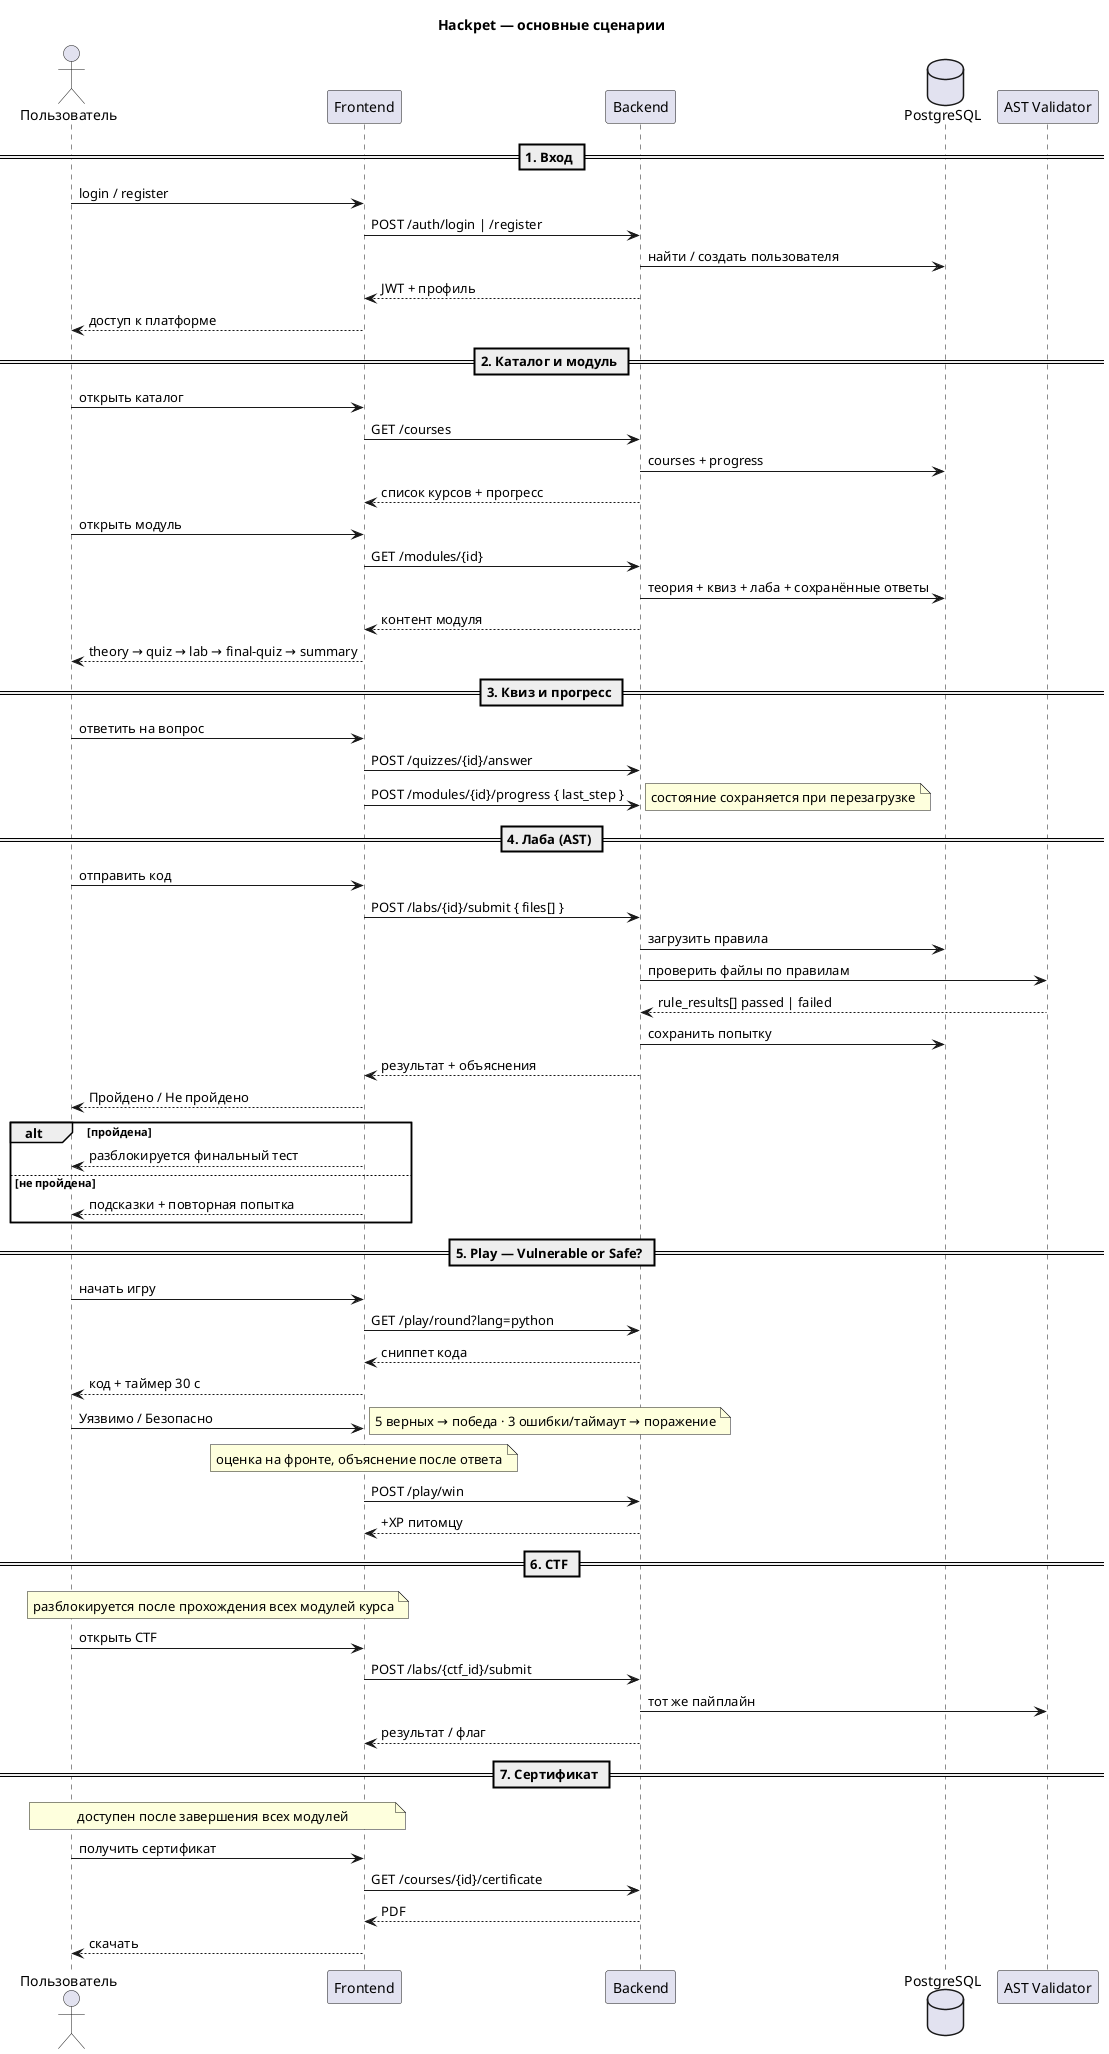
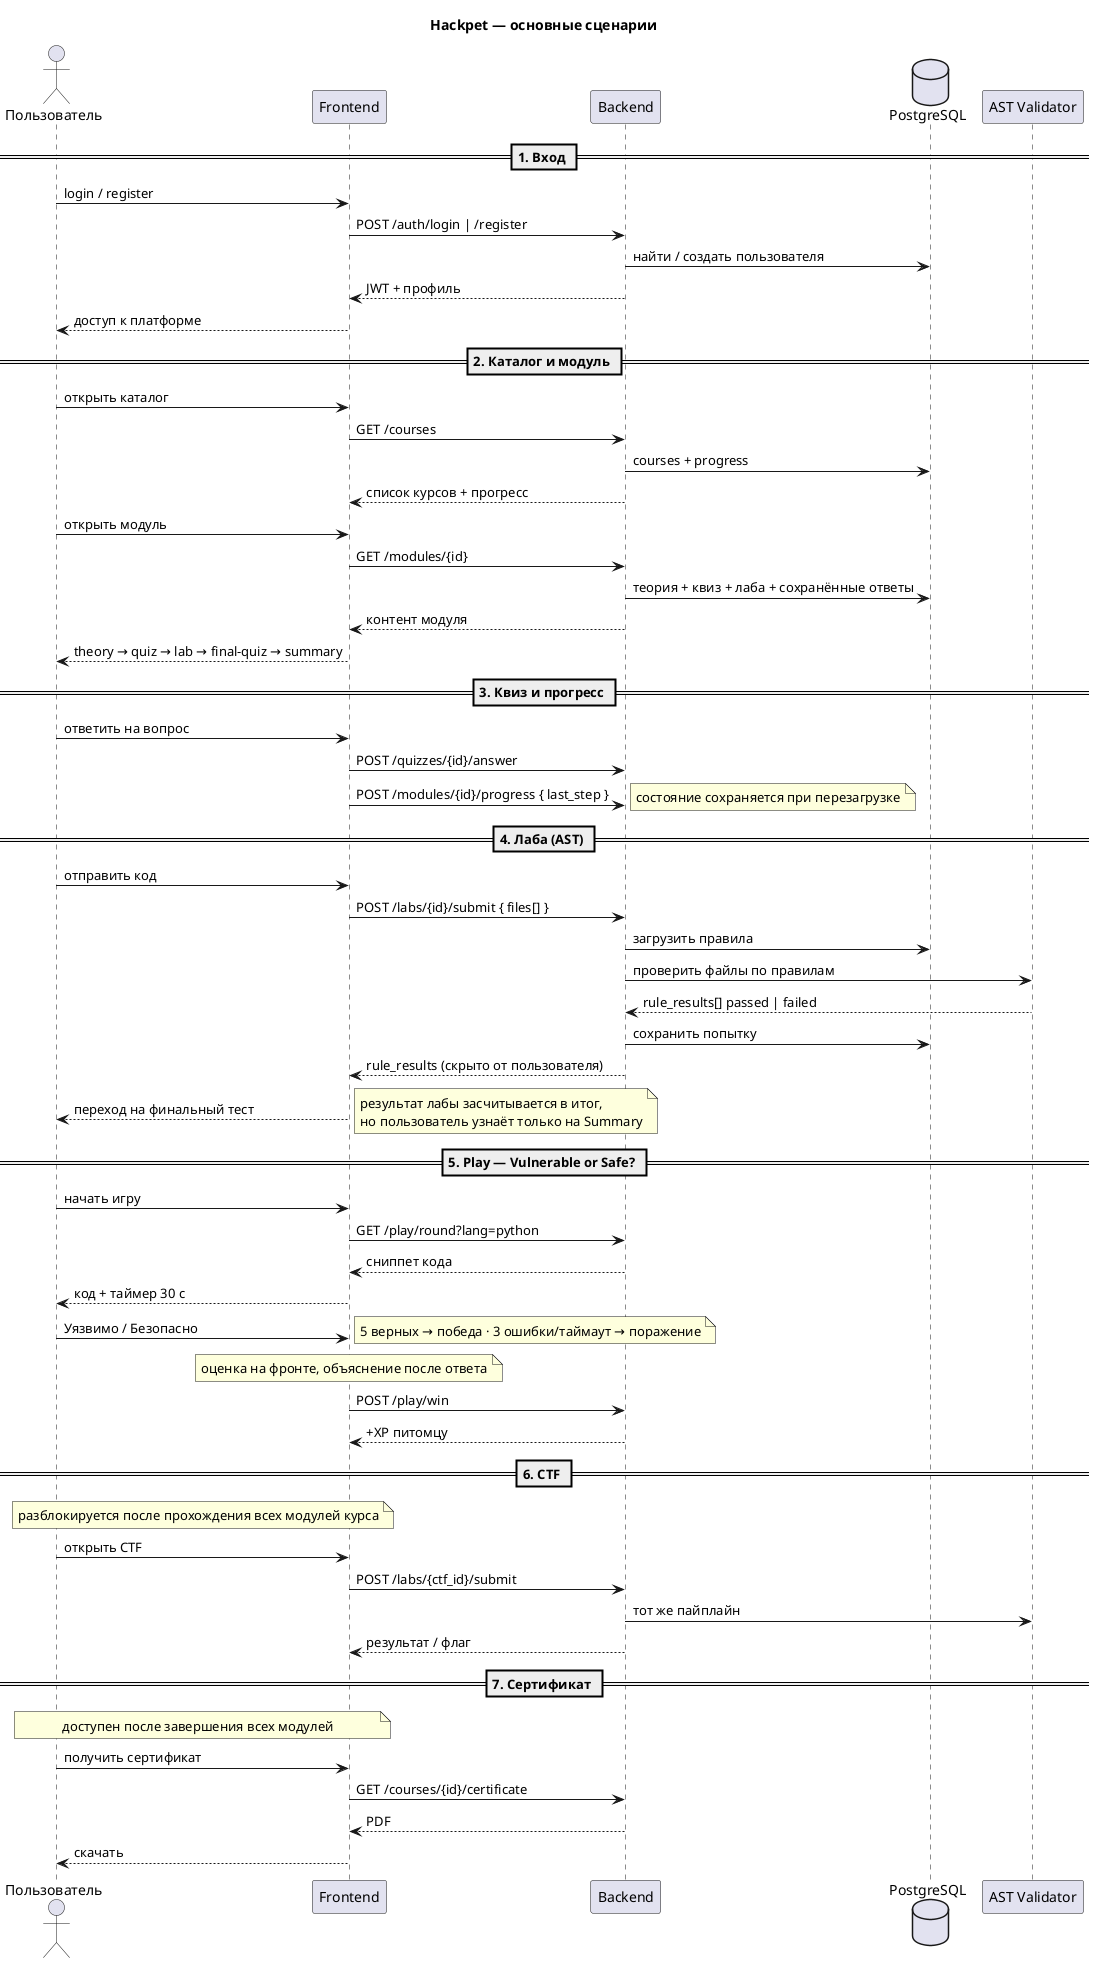
@startuml Hackpet_Main_Sequence
title Hackpet — основные сценарии

actor "Пользователь" as User
participant "Frontend" as FE
participant "Backend" as API
database "PostgreSQL" as DB
participant "AST Validator" as AST

== 1. Вход ==
User -> FE : login / register
FE -> API : POST /auth/login | /register
API -> DB : найти / создать пользователя
API --> FE : JWT + профиль
FE --> User : доступ к платформе

== 2. Каталог и модуль ==
User -> FE : открыть каталог
FE -> API : GET /courses
API -> DB : courses + progress
API --> FE : список курсов + прогресс

User -> FE : открыть модуль
FE -> API : GET /modules/{id}
API -> DB : теория + квиз + лаба + сохранённые ответы
API --> FE : контент модуля
FE --> User : theory → quiz → lab → final-quiz → summary

== 3. Квиз и прогресс ==
User -> FE : ответить на вопрос
FE -> API : POST /quizzes/{id}/answer
FE -> API : POST /modules/{id}/progress { last_step }
note right : состояние сохраняется при перезагрузке

== 4. Лаба (AST) ==
User -> FE : отправить код
FE -> API : POST /labs/{id}/submit { files[] }
API -> DB : загрузить правила
API -> AST : проверить файлы по правилам
AST --> API : rule_results[] passed | failed
API -> DB : сохранить попытку
- API --> FE : результат + объяснения
- FE --> User : Пройдено / Не пройдено
- 
- alt пройдена
-   FE --> User : разблокируется финальный тест
- else не пройдена
-   FE --> User : подсказки + повторная попытка
- end
+ API --> FE : rule_results (скрыто от пользователя)
+ FE --> User : переход на финальный тест
+ note right : результат лабы засчитывается в итог,\nно пользователь узнаёт только на Summary

== 5. Play — Vulnerable or Safe? ==
User -> FE : начать игру
FE -> API : GET /play/round?lang=python
API --> FE : сниппет кода
FE --> User : код + таймер 30 с

User -> FE : Уязвимо / Безопасно
note over FE : оценка на фронте, объяснение после ответа
note right : 5 верных → победа · 3 ошибки/таймаут → поражение

FE -> API : POST /play/win
API --> FE : +XP питомцу

== 6. CTF ==
note over User, FE : разблокируется после прохождения всех модулей курса
User -> FE : открыть CTF
FE -> API : POST /labs/{ctf_id}/submit
API -> AST : тот же пайплайн
API --> FE : результат / флаг

== 7. Сертификат ==
note over User, FE : доступен после завершения всех модулей
User -> FE : получить сертификат
FE -> API : GET /courses/{id}/certificate
API --> FE : PDF
FE --> User : скачать

@enduml
